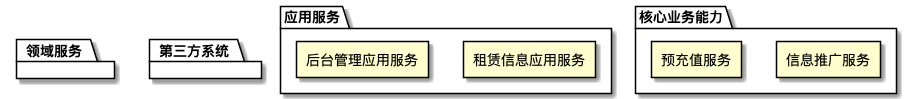
The PlantUML diagram src/main/kotlin/architecture/samples/diagrams/hello_world_inter_process_diagram.png in behring/8x-flow-diagram, before a commit. The source it was exported from:
```plantuml
@startuml
skinparam componentStyle rectangle
        package <color:black>应用服务</color> {
component 租赁信息应用服务
component 租赁信息应用服务
component 后台管理应用服务
}

package <color:black>核心业务能力</color> {
component 信息推广服务
component 预充值服务
}

package <color:black>领域服务</color> {
}

package <color:black>第三方系统</color> {
}


@enduml
```
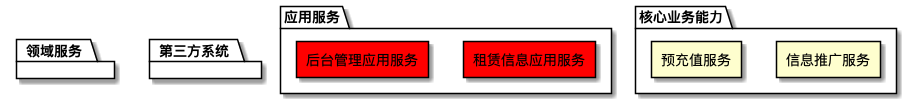
Later version of the same file.

The edit, as a diff of the source:
```diff
@@ -1,20 +1,24 @@
 @startuml
 skinparam componentStyle rectangle
         package <color:black>应用服务</color> {
-component 租赁信息应用服务
-component 租赁信息应用服务
-component 后台管理应用服务
+   rectangle 租赁信息应用服务 #red
+rectangle 租赁信息应用服务 #red
+rectangle 后台管理应用服务 #red
+
 }
 
 package <color:black>核心业务能力</color> {
-component 信息推广服务
-component 预充值服务
+   rectangle 信息推广服务
+rectangle 预充值服务
+
 }
 
 package <color:black>领域服务</color> {
+
 }
 
 package <color:black>第三方系统</color> {
+
 }
 
 
```
